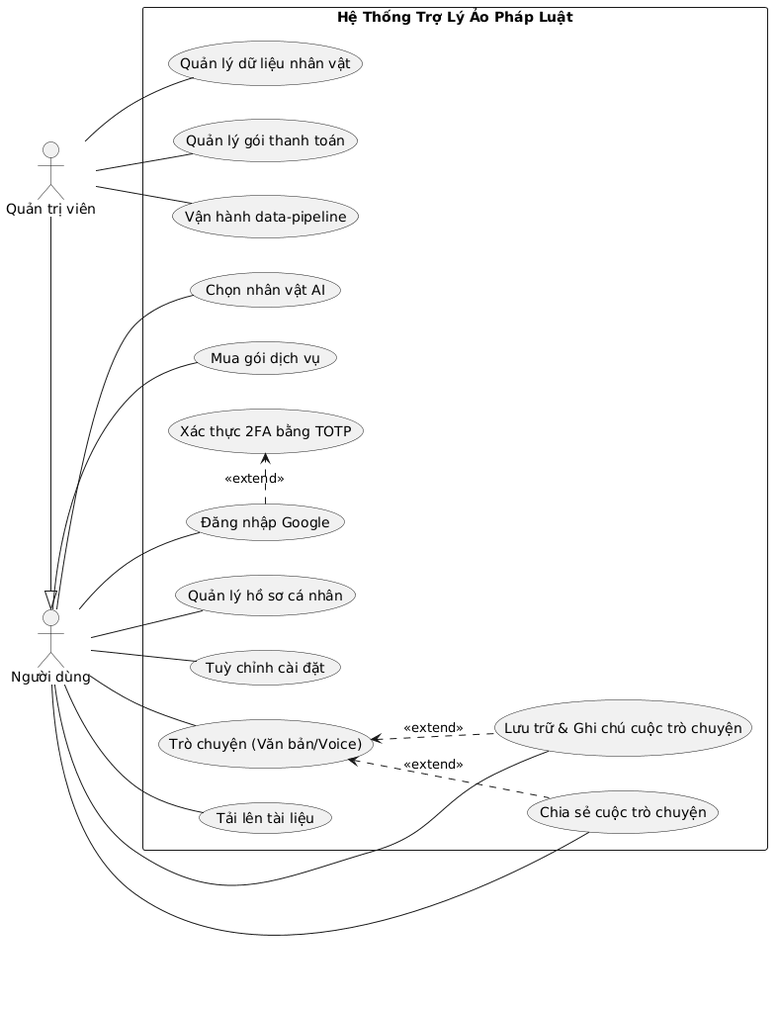
Above: docs/1. Tổng quan đề tài/1.3. Bài toán nghiệp vụ/UseCase.png in 20206205Tech/docs-markdown (PlantUML), before the change.
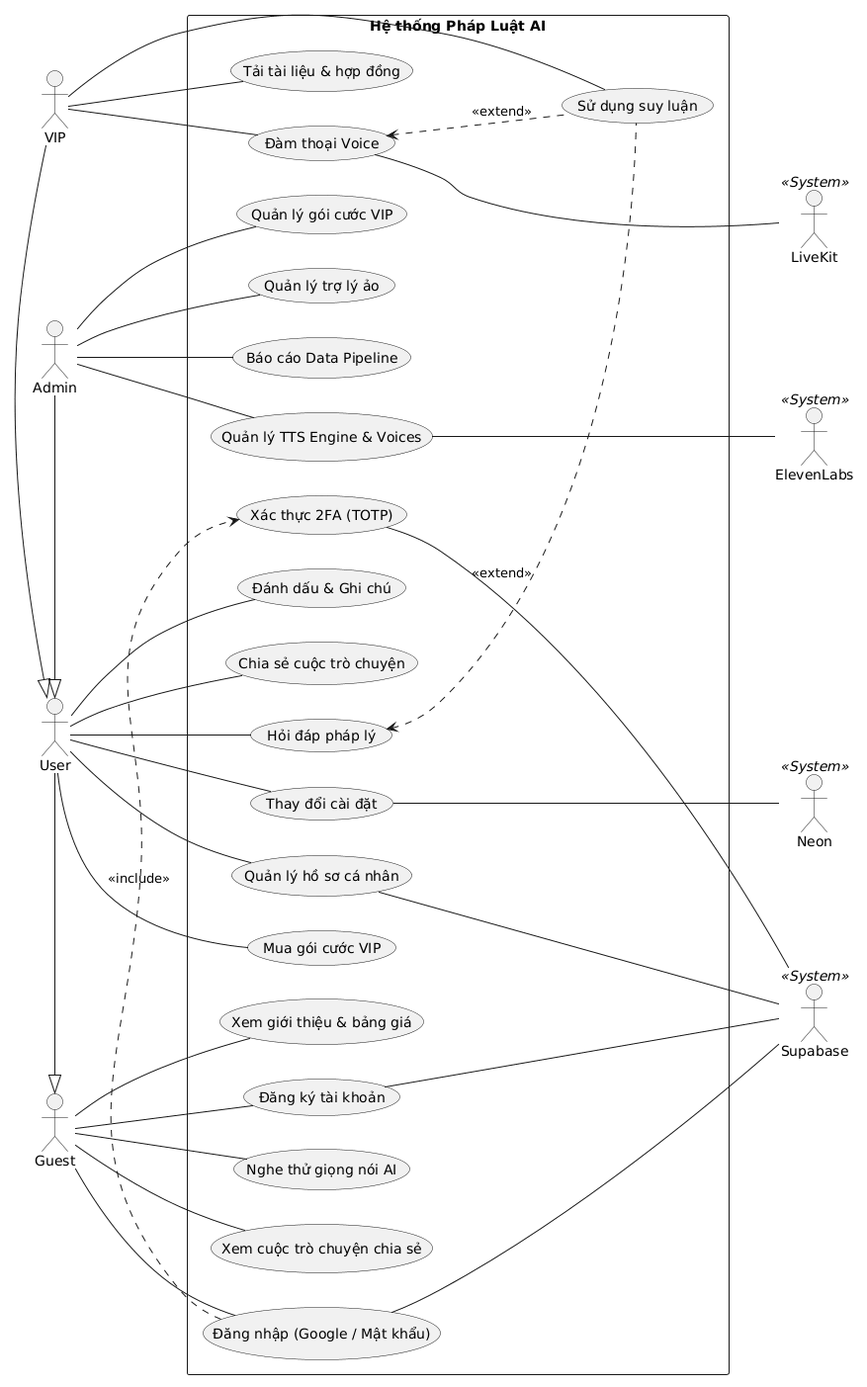
The same diagram one commit later.

What changed in the source:
```diff
@@ -1,49 +1,102 @@
 @startuml
 left to right direction
 skinparam packageStyle rectangle
+skinparam shadowing false
 
-actor "Người dùng" as User
-actor "Quản trị viên" as Admin
+
+
+
+actor "Admin" as Admin
+actor "VIP" as VIP
+actor "User" as User
+actor "Guest" as Guest
+
+
+
+
+
+
+actor "LiveKit" as LiveKit    << System >>
+actor "ElevenLabs" as ElevenLabs    << System >>
+actor "Supabase" as Supabase  << System >>
+actor "Neon" as Neon        << System >>
+
+
+
+VIP -|> User
+
+User -|> Guest
 
 Admin -|> User
 
-rectangle "Hệ Thống Trợ Lý Ảo Pháp Luật" {
 
-  usecase "Đăng nhập Google" as UC1
-  usecase "Xác thực 2FA bằng TOTP" as UC2
-  usecase "Quản lý hồ sơ cá nhân" as UC10
-  usecase "Tuỳ chỉnh cài đặt" as UC11
 
-  usecase "Trò chuyện (Văn bản/Voice)" as UC3
-  usecase "Lưu trữ & Ghi chú cuộc trò chuyện" as UC12
-  usecase "Chia sẻ cuộc trò chuyện" as UC13
 
-  usecase "Tải lên tài liệu" as UC4
-  usecase "Chọn nhân vật AI" as UC5
-  usecase "Mua gói dịch vụ" as UC6
 
-  usecase "Quản lý dữ liệu nhân vật" as UC7
-  usecase "Quản lý gói thanh toán" as UC8
-  usecase "Vận hành data-pipeline" as UC9
 
-  (UC1) .> (UC2) : <<extend>>
 
-  (UC3) <.. (UC12) : <<extend>>
-  (UC3) <.. (UC13) : <<extend>>
+
+
+rectangle "Hệ thống Pháp Luật AI" {
+
+  usecase "Quản lý trợ lý ảo" as UC_Admin1
+  usecase "Quản lý TTS Engine & Voices" as UC_Admin2
+  usecase "Quản lý gói cước VIP" as UC_Admin4
+  usecase "Báo cáo Data Pipeline" as UC_Admin5
+
+  usecase "Tải tài liệu & hợp đồng" as UC_VIP3
+
+  usecase "Xem giới thiệu & bảng giá" as UC_Guest1
+  usecase "Đăng ký tài khoản" as UC_Guest2
+  usecase "Đăng nhập (Google / Mật khẩu)" as UC_Guest3
+  usecase "Nghe thử giọng nói AI" as UC_Guest4
+  usecase "Xem cuộc trò chuyện chia sẻ" as UC_Guest5
+
+  usecase "Xác thực 2FA (TOTP)" as UC_User1
+  usecase "Quản lý hồ sơ cá nhân" as UC_User2
+  usecase "Thay đổi cài đặt" as UC_User3
+  usecase "Hỏi đáp pháp lý" as UC_User4
+  usecase "Mua gói cước VIP" as UC_User5
+  usecase "Đánh dấu & Ghi chú" as UC_User6
+  usecase "Chia sẻ cuộc trò chuyện" as UC_User7
+
+  usecase "Sử dụng suy luận" as UC_VIP1
+  usecase "Đàm thoại Voice" as UC_VIP2
+
+  (UC_Guest3) .> (UC_User1) : <<include>>
+  (UC_User4) <.. (UC_VIP1) : <<extend>>
+  (UC_VIP2) <.. (UC_VIP1) : <<extend>>
 }
 
-User -- UC1
-User -- UC10
-User -- UC11
-User -- UC3
-User -- UC4
-User -- UC5
-User -- UC6
+Admin -- UC_Admin1
+Admin -- UC_Admin2
+Admin -- UC_Admin4
+Admin -- UC_Admin5
 
-User -- UC12
-User -- UC13
+Guest -- UC_Guest1
+Guest -- UC_Guest2
+Guest -- UC_Guest3
+Guest -- UC_Guest4
+Guest -- UC_Guest5
 
-Admin -- UC7
-Admin -- UC8
-Admin -- UC9
+User -- UC_User2
+User -- UC_User3
+User -- UC_User4
+User -- UC_User5
+User -- UC_User6
+User -- UC_User7
+
+VIP -- UC_VIP1
+VIP -- UC_VIP2
+VIP -- UC_VIP3
+
+UC_VIP2 --- LiveKit
+UC_Admin2 --- ElevenLabs
+
+UC_Guest2 --- Supabase
+UC_Guest3 --- Supabase
+UC_User1 --- Supabase
+UC_User2 --- Supabase
+
+UC_User3 --- Neon
 @enduml
```
